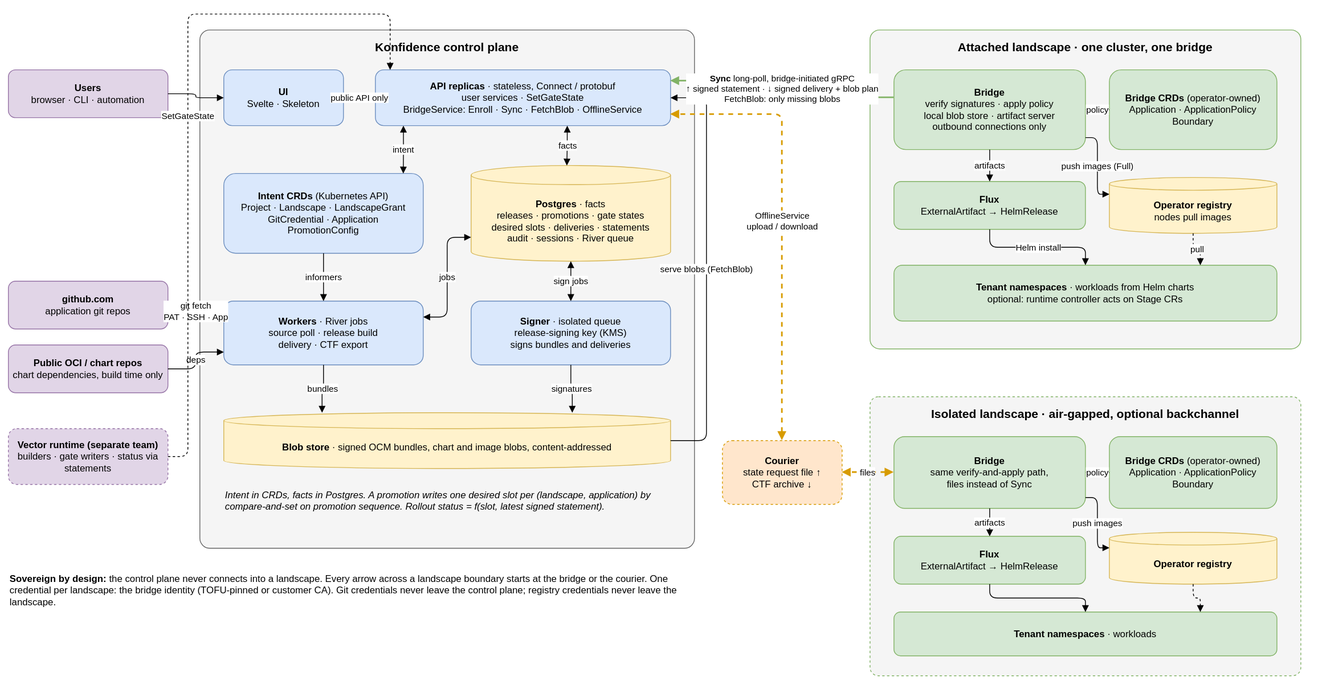
Earlier version of the draw.io export docs/design/architecture.drawio.svg (nirnanaaa/konfidence). Source tidied: cells renumbered, new cells last; positions are measured from the earlier drawing's top-left corner, leaving out a move shared by most shapes.
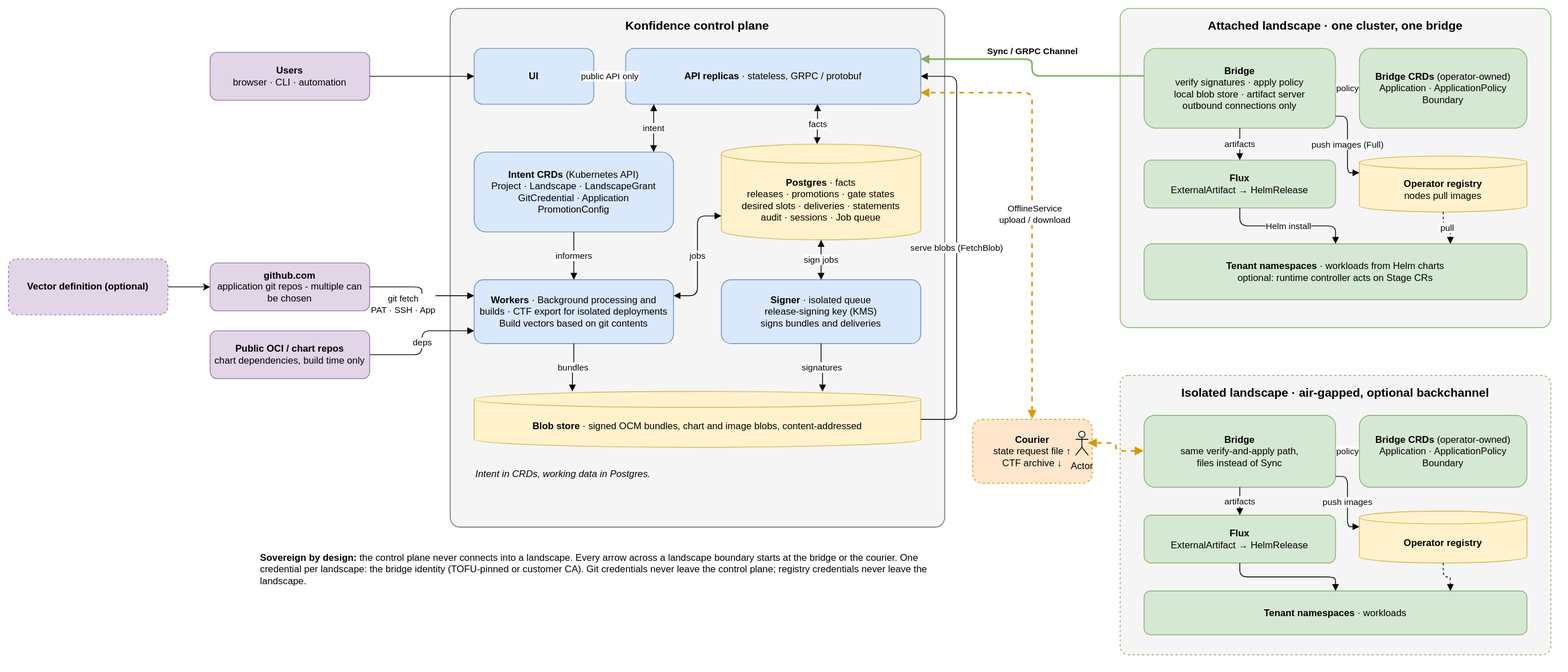
The same diagram one commit later.

Commit message:
docs(design): adopt edited architecture diagram

Diff of the diagram source:
```diff
@@ -11,25 +11,28 @@
     <mxCell id="4" value="Isolated landscape · air-gapped, optional backchannel" style="rounded=1;whiteSpace=wrap;html=1;fillColor=#f5f5f5;strokeColor=#82b366;dashed=1;verticalAlign=top;fontStyle=1;fontSize=15;arcSize=3;spacingTop=6;" parent="1" vertex="1">
       <mxGeometry x="1080" y="480" width="540" height="350" as="geometry" />
     </mxCell>
-    <mxCell id="5" value="&lt;b&gt;github.com&lt;/b&gt;&lt;br&gt;application git repos" style="rounded=1;whiteSpace=wrap;html=1;fillColor=#e1d5e7;strokeColor=#9673a6;" parent="1" vertex="1">
-      <mxGeometry y="335" width="200" height="60" as="geometry" />
+    <mxCell id="5" value="&lt;b&gt;github.com&lt;/b&gt;&lt;br&gt;application git repos - multiple can be chosen" style="rounded=1;whiteSpace=wrap;html=1;fillColor=#e1d5e7;strokeColor=#9673a6;" parent="1" vertex="1">
+      <mxGeometry x="-61" y="339" width="200" height="60" as="geometry" />
     </mxCell>
     <mxCell id="6" value="&lt;b&gt;Public OCI / chart repos&lt;/b&gt;&lt;br&gt;chart dependencies, build time only" style="rounded=1;whiteSpace=wrap;html=1;fillColor=#e1d5e7;strokeColor=#9673a6;" parent="1" vertex="1">
-      <mxGeometry y="415" width="200" height="60" as="geometry" />
+      <mxGeometry x="-61" y="424" width="200" height="60" as="geometry" />
     </mxCell>
     <mxCell id="7" value="&lt;b&gt;Users&lt;/b&gt;&lt;br&gt;browser · CLI · automation" style="rounded=1;whiteSpace=wrap;html=1;fillColor=#e1d5e7;strokeColor=#9673a6;" parent="1" vertex="1">
-      <mxGeometry y="70" width="200" height="60" as="geometry" />
+      <mxGeometry x="-61" y="75" width="200" height="60" as="geometry" />
     </mxCell>
+    <mxCell id="55" style="edgeStyle=orthogonalEdgeStyle;rounded=0;jettySize=auto;html=1;entryX=0;entryY=0.5;entryDx=0;entryDy=0;defaultLabelBackgroundColor=page;" parent="1" edge="1" source="8" target="5">
+      <mxGeometry relative="1" as="geometry" />
+    </mxCell>
-    <mxCell id="8" value="&lt;b&gt;Vector runtime (separate team)&lt;/b&gt;&lt;br&gt;builders · gate writers · status via statements" style="rounded=1;whiteSpace=wrap;html=1;fillColor=#e1d5e7;strokeColor=#9673a6;dashed=1;" parent="1" vertex="1">
-      <mxGeometry y="520" width="200" height="70" as="geometry" />
+    <mxCell id="8" value="&lt;b&gt;Vector definition (optional)&lt;/b&gt;" style="rounded=1;whiteSpace=wrap;html=1;fillColor=#e1d5e7;strokeColor=#9673a6;dashed=1;" parent="1" vertex="1">
+      <mxGeometry x="-314" y="334" width="200" height="70" as="geometry" />
     </mxCell>
-    <mxCell id="9" value="&lt;b&gt;UI&lt;/b&gt;&lt;br&gt;Svelte · Skeleton" style="rounded=1;whiteSpace=wrap;html=1;fillColor=#dae8fc;strokeColor=#6c8ebf;" parent="1" vertex="1">
+    <mxCell id="9" value="&lt;b&gt;UI&lt;/b&gt;" style="rounded=1;whiteSpace=wrap;html=1;fillColor=#dae8fc;strokeColor=#6c8ebf;" parent="1" vertex="1">
       <mxGeometry x="270" y="70" width="150" height="70" as="geometry" />
     </mxCell>
-    <mxCell id="10" value="&lt;b&gt;API replicas&lt;/b&gt; · stateless, Connect / protobuf&lt;br&gt;user services · SetGateState&lt;br&gt;BridgeService: Enroll · Sync · FetchBlob · OfflineService" style="rounded=1;whiteSpace=wrap;html=1;fillColor=#dae8fc;strokeColor=#6c8ebf;" parent="1" vertex="1">
+    <mxCell id="10" value="&lt;b&gt;API replicas&lt;/b&gt; · stateless, GRPC / protobuf" style="rounded=1;whiteSpace=wrap;html=1;fillColor=#dae8fc;strokeColor=#6c8ebf;" parent="1" vertex="1">
       <mxGeometry x="460" y="70" width="370" height="70" as="geometry" />
     </mxCell>
-    <mxCell id="11" value="&lt;b&gt;Workers&lt;/b&gt; · River jobs&lt;br&gt;source poll · release build&lt;br&gt;delivery · CTF export" style="rounded=1;whiteSpace=wrap;html=1;fillColor=#dae8fc;strokeColor=#6c8ebf;" parent="1" vertex="1">
+    <mxCell id="11" value="&lt;b&gt;Workers&lt;/b&gt; · Background processing and builds&amp;nbsp;· CTF export for isolated deployments&lt;br&gt;Build vectors based on git contents" style="rounded=1;whiteSpace=wrap;html=1;fillColor=#dae8fc;strokeColor=#6c8ebf;" parent="1" vertex="1">
       <mxGeometry x="270" y="360" width="250" height="80" as="geometry" />
     </mxCell>
     <mxCell id="12" value="&lt;b&gt;Signer&lt;/b&gt; · isolated queue&lt;br&gt;release-signing key (KMS)&lt;br&gt;signs bundles and deliveries" style="rounded=1;whiteSpace=wrap;html=1;fillColor=#dae8fc;strokeColor=#6c8ebf;" parent="1" vertex="1">
@@ -38,13 +41,13 @@
     <mxCell id="13" value="&lt;b&gt;Intent CRDs&lt;/b&gt; (Kubernetes API)&lt;br&gt;Project · Landscape · LandscapeGrant&lt;br&gt;GitCredential · Application&lt;br&gt;PromotionConfig" style="rounded=1;whiteSpace=wrap;html=1;fillColor=#dae8fc;strokeColor=#6c8ebf;" parent="1" vertex="1">
       <mxGeometry x="270" y="200" width="250" height="100" as="geometry" />
     </mxCell>
-    <mxCell id="14" value="&lt;b&gt;Postgres&lt;/b&gt; · facts&lt;br&gt;releases · promotions · gate states&lt;br&gt;desired slots · deliveries · statements&lt;br&gt;audit · sessions · River queue" style="shape=cylinder3;whiteSpace=wrap;html=1;boundedLbl=1;size=12;fillColor=#fff2cc;strokeColor=#d6b656;" parent="1" vertex="1">
+    <mxCell id="14" value="&lt;b&gt;Postgres&lt;/b&gt; · facts&lt;br&gt;releases · promotions · gate states&lt;br&gt;desired slots · deliveries · statements&lt;br&gt;audit · sessions · Job queue" style="shape=cylinder3;whiteSpace=wrap;html=1;boundedLbl=1;size=12;fillColor=#fff2cc;strokeColor=#d6b656;" parent="1" vertex="1">
       <mxGeometry x="580" y="190" width="250" height="120" as="geometry" />
     </mxCell>
     <mxCell id="15" value="&lt;b&gt;Blob store&lt;/b&gt; · signed OCM bundles, chart and image blobs, content-addressed" style="shape=cylinder3;whiteSpace=wrap;html=1;boundedLbl=1;size=10;fillColor=#fff2cc;strokeColor=#d6b656;" parent="1" vertex="1">
       <mxGeometry x="270" y="500" width="560" height="70" as="geometry" />
     </mxCell>
-    <mxCell id="16" value="&lt;i&gt;Intent in CRDs, facts in Postgres. A promotion writes one desired slot per (landscape, application) by compare-and-set on promotion sequence. Rollout status = f(slot, latest signed statement).&lt;/i&gt;" style="text;html=1;whiteSpace=wrap;align=left;verticalAlign=top;fontSize=12;" parent="1" vertex="1">
+    <mxCell id="16" value="&lt;i&gt;Intent in CRDs, working data in Postgres.&lt;/i&gt;" style="text;html=1;whiteSpace=wrap;align=left;verticalAlign=top;fontSize=12;" parent="1" vertex="1">
       <mxGeometry x="270" y="590" width="560" height="60" as="geometry" />
     </mxCell>
     <mxCell id="17" value="&lt;b&gt;Bridge&lt;/b&gt;&lt;br&gt;verify signatures · apply policy&lt;br&gt;local blob store · artifact server&lt;br&gt;outbound connections only" style="rounded=1;whiteSpace=wrap;html=1;fillColor=#d5e8d4;strokeColor=#82b366;" parent="1" vertex="1">
@@ -90,20 +93,11 @@
       <mxGeometry relative="1" as="geometry" />
     </mxCell>
     <mxCell id="31" value="git fetch&lt;br&gt;PAT · SSH · App" style="edgeStyle=orthogonalEdgeStyle;rounded=1;html=1;endArrow=block;fontSize=11;exitX=1;exitY=0.5;entryX=0;entryY=0.25;" parent="1" edge="1" source="5" target="11">
-      <mxGeometry relative="1" as="geometry" />
+      <mxGeometry x="-0.41" y="-22" relative="1" as="geometry" />
     </mxCell>
     <mxCell id="32" value="deps" style="edgeStyle=orthogonalEdgeStyle;rounded=1;html=1;endArrow=block;fontSize=11;exitX=1;exitY=0.5;entryX=0;entryY=0.8;" parent="1" edge="1" source="6" target="11">
       <mxGeometry relative="1" as="geometry" />
     </mxCell>
-    <mxCell id="33" value="SetGateState" style="edgeStyle=orthogonalEdgeStyle;rounded=1;html=1;endArrow=block;fontSize=11;dashed=1;exitX=1;exitY=0.5;entryX=0.05;entryY=0;" parent="1" edge="1" source="8" target="10">
-      <mxGeometry relative="1" as="geometry">
-        <Array as="points">
-          <mxPoint x="225" y="555" />
-          <mxPoint x="225" />
-          <mxPoint x="478" />
-        </Array>
-      </mxGeometry>
-    </mxCell>
     <mxCell id="34" value="facts" style="edgeStyle=orthogonalEdgeStyle;rounded=1;html=1;endArrow=block;fontSize=11;startArrow=block;exitX=0.65;exitY=1;entryX=0.48;entryY=0;" parent="1" edge="1" source="10" target="14">
       <mxGeometry relative="1" as="geometry" />
     </mxCell>
@@ -135,14 +129,11 @@
         </Array>
       </mxGeometry>
     </mxCell>
-    <mxCell id="41" value="&lt;b&gt;Sync&lt;/b&gt; long-poll, bridge-initiated gRPC&lt;br&gt;↑ signed statement · ↓ signed delivery + blob plan&lt;br&gt;FetchBlob: only missing blobs" style="edgeStyle=orthogonalEdgeStyle;rounded=1;html=1;endArrow=block;startArrow=none;strokeWidth=2;strokeColor=#82b366;fontSize=11;labelBackgroundColor=default;exitX=0;exitY=0.35;entryX=1;entryY=0.2;" parent="1" edge="1" source="17" target="10">
-      <mxGeometry relative="1" as="geometry" />
+    <mxCell id="41" value="&lt;b&gt;Sync / GRPC Channel&lt;/b&gt;" style="edgeStyle=orthogonalEdgeStyle;rounded=1;html=1;endArrow=block;startArrow=none;strokeWidth=2;strokeColor=#82b366;fontSize=11;labelBackgroundColor=default;exitX=0;exitY=0.35;entryX=1;entryY=0.2;" parent="1" edge="1" source="17" target="10">
+      <mxGeometry x="0.07" y="-10" relative="1" as="geometry" />
     </mxCell>
-    <mxCell id="42" value="files" style="edgeStyle=orthogonalEdgeStyle;rounded=1;html=1;endArrow=block;startArrow=block;dashed=1;strokeWidth=2;strokeColor=#d79b00;fontSize=11;" parent="1" edge="1" source="22" target="27">
-      <mxGeometry relative="1" as="geometry" />
-    </mxCell>
     <mxCell id="43" value="OfflineService&lt;br&gt;upload / download" style="edgeStyle=orthogonalEdgeStyle;rounded=1;html=1;endArrow=block;startArrow=block;dashed=1;strokeWidth=2;strokeColor=#d79b00;fontSize=11;labelBackgroundColor=default;exitX=0.5;exitY=0;entryX=1;entryY=0.8;" parent="1" edge="1" source="27" target="10">
-      <mxGeometry relative="1" as="geometry">
+      <mxGeometry x="-0.07" y="-3" relative="1" as="geometry">
         <Array as="points">
           <mxPoint x="970" y="126" />
         </Array>
@@ -181,5 +172,11 @@
     <mxCell id="54" value="signatures" style="edgeStyle=orthogonalEdgeStyle;rounded=1;html=1;endArrow=block;fontSize=11;exitX=0.5;exitY=1;entryX=0.78;entryY=0;" parent="1" edge="1" source="12" target="15">
       <mxGeometry relative="1" as="geometry" />
     </mxCell>
+    <mxCell id="56" style="edgeStyle=orthogonalEdgeStyle;rounded=1;html=1;endArrow=block;startArrow=block;dashed=1;strokeWidth=2;strokeColor=#d79b00;fontSize=11;" parent="1" edge="1" source="22" target="57">
+      <mxGeometry relative="1" as="geometry" />
+    </mxCell>
+    <mxCell id="57" value="Actor" style="shape=umlActor;verticalLabelPosition=bottom;verticalAlign=top;html=1;outlineConnect=0;labelPerimeter=1;" parent="1" vertex="1">
+      <mxGeometry x="1024" y="550" width="16" height="30" as="geometry" />
+    </mxCell>
   </root>
 </mxGraphModel>
```
